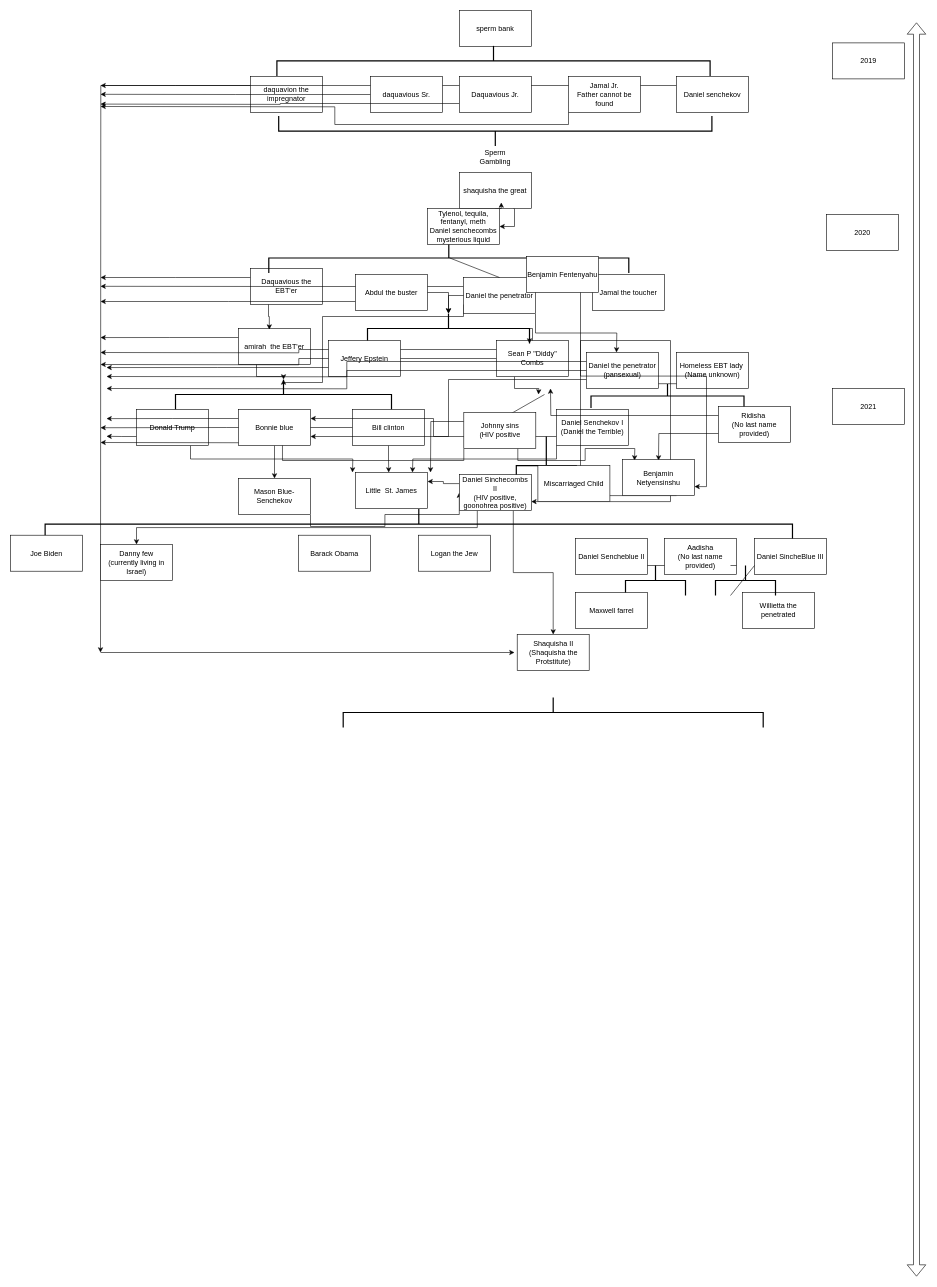
Before: shaquisha.drawio in omada15/drawio, a draw.io diagram. Source tidied: cells renumbered, new cells numbered last; positions are measured from the earlier drawing's top-left corner, leaving out a move shared by most shapes. Both pictures are drawn from the tidied source at 60%, with x=0, y=0 at pixel (10, -156).
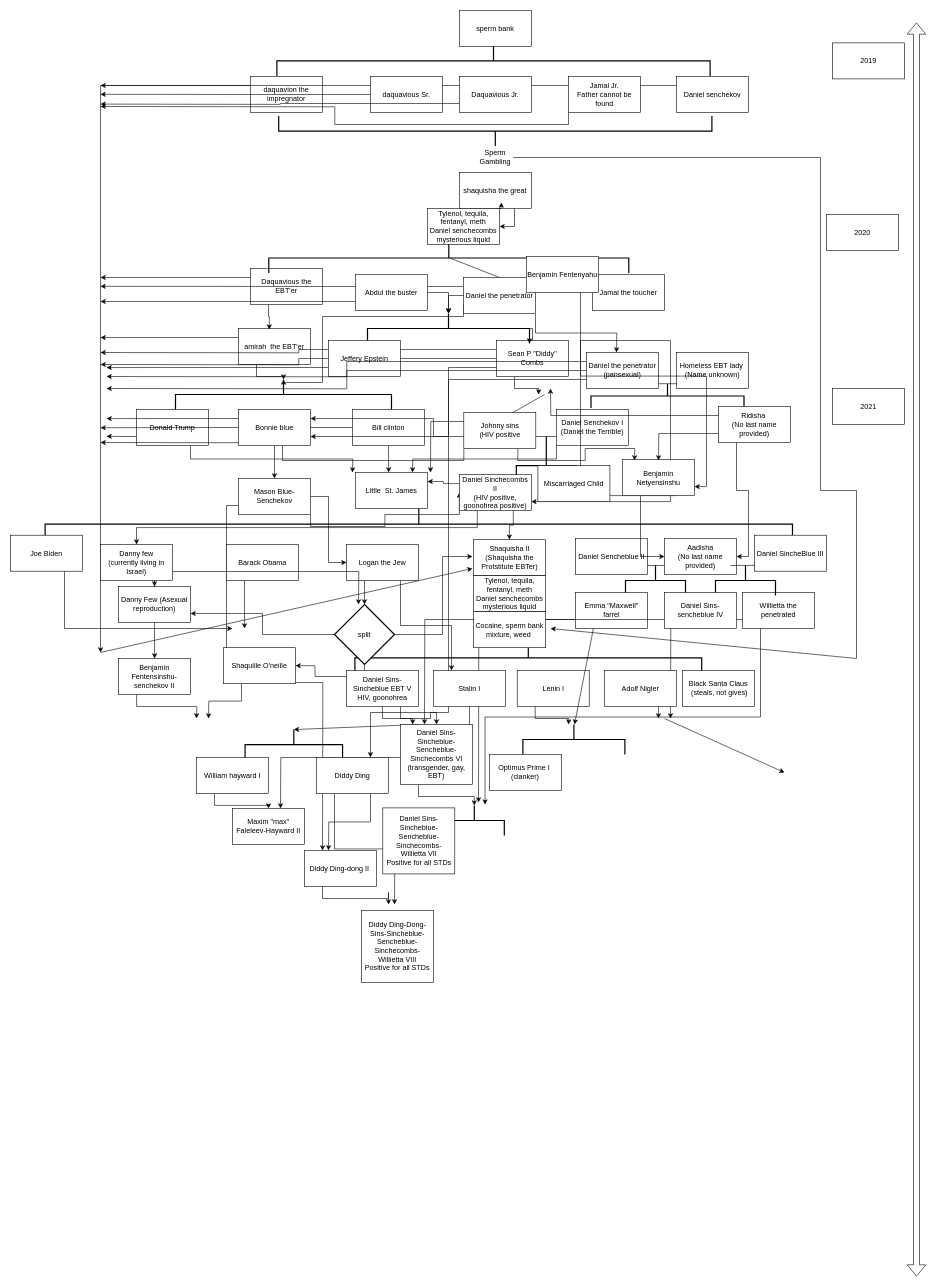
The same page after the edit.

Unchanged cells that the change refers to:
```xml
<mxCell id="7" value="Daniel senchekov" style="rounded=0;whiteSpace=wrap;html=1;" parent="1" vertex="1">
  <mxGeometry x="1110" y="387" width="120" height="60" as="geometry" />
</mxCell>
<mxCell id="18" value="Sperm Gambling" style="text;html=1;whiteSpace=wrap;strokeColor=none;fillColor=none;align=center;verticalAlign=middle;rounded=0;" parent="1" vertex="1">
  <mxGeometry x="778" y="507" width="60" height="30" as="geometry" />
</mxCell>
<mxCell id="36" value="Sean P &quot;Diddy&quot; Combs" style="rounded=0;whiteSpace=wrap;html=1;" parent="1" vertex="1">
  <mxGeometry x="810" y="827" width="120" height="60" as="geometry" />
</mxCell>
<mxCell id="63" value="Ridisha&amp;nbsp;&lt;div&gt;(No last name provided)&lt;/div&gt;" style="rounded=0;whiteSpace=wrap;html=1;" parent="1" vertex="1">
  <mxGeometry x="1180" y="937" width="120" height="60" as="geometry" />
</mxCell>
<mxCell id="73" value="Mason Blue-Senchekov" style="rounded=0;whiteSpace=wrap;html=1;" parent="1" vertex="1">
  <mxGeometry x="380" y="1057" width="120" height="60" as="geometry" />
</mxCell>
<mxCell id="94" value="Joe Biden" style="rounded=0;whiteSpace=wrap;html=1;" parent="1" vertex="1">
  <mxGeometry y="1151.5" width="120" height="60" as="geometry" />
</mxCell>
<mxCell id="97" value="Aadisha&lt;div&gt;(No last name provided)&lt;/div&gt;" style="rounded=0;whiteSpace=wrap;html=1;" parent="1" vertex="1">
  <mxGeometry x="1090" y="1157" width="120" height="60" as="geometry" />
</mxCell>
<mxCell id="99" value="Benjamin Netyensinshu" style="rounded=0;whiteSpace=wrap;html=1;" parent="1" vertex="1">
  <mxGeometry x="1020" y="1025.5" width="120" height="60" as="geometry" />
</mxCell>
<mxCell id="103" value="Willietta the penetrated" style="rounded=0;whiteSpace=wrap;html=1;" parent="1" vertex="1">
  <mxGeometry x="1220" y="1247" width="120" height="60" as="geometry" />
</mxCell>
<mxCell id="104" value="Danny few&lt;div&gt;(currently living in Israel)&lt;/div&gt;" style="rounded=0;whiteSpace=wrap;html=1;" parent="1" vertex="1">
  <mxGeometry x="150" y="1167" width="120" height="60" as="geometry" />
</mxCell>
<mxCell id="106" style="strokeWidth=2;html=1;shape=mxgraph.flowchart.annotation_2;align=left;labelPosition=right;rotation=90;" parent="1" vertex="1">
  <mxGeometry x="1200" y="1177" width="50" height="100" as="geometry" />
</mxCell>
```

Diff of the diagram source:
```diff
@@
     <mxCell id="6" style="edgeStyle=orthogonalEdgeStyle;rounded=0;jettySize=auto;html=1;exitX=0;exitY=0.25;exitDx=0;exitDy=0;" parent="1" edge="1" source="7">
       <mxGeometry relative="1" as="geometry">
         <mxPoint x="150" y="1347" as="targetPoint" />
+        <Array as="points">
+          <mxPoint x="150" y="402" />
+        </Array>
       </mxGeometry>
     </mxCell>
@@
+    <mxCell id="108" style="edgeStyle=orthogonalEdgeStyle;rounded=0;jettySize=auto;html=1;exitX=0;exitY=0.75;exitDx=0;exitDy=0;entryX=0.75;entryY=0;entryDx=0;entryDy=0;" parent="1" edge="1" source="36" target="154">
+      <mxGeometry relative="1" as="geometry">
+        <Array as="points">
+          <mxPoint x="730" y="872" />
+          <mxPoint x="730" y="1447" />
+          <mxPoint x="600" y="1447" />
+        </Array>
+      </mxGeometry>
+    </mxCell>
@@
+    <mxCell id="109" style="edgeStyle=orthogonalEdgeStyle;rounded=0;jettySize=auto;html=1;exitX=0.25;exitY=1;exitDx=0;exitDy=0;entryX=1;entryY=0.5;entryDx=0;entryDy=0;" parent="1" edge="1" source="63" target="97">
+      <mxGeometry relative="1" as="geometry" />
+    </mxCell>
@@
+    <mxCell id="110" style="edgeStyle=orthogonalEdgeStyle;rounded=0;jettySize=auto;html=1;exitX=1;exitY=0.5;exitDx=0;exitDy=0;entryX=0;entryY=0.5;entryDx=0;entryDy=0;" parent="1" edge="1" source="73" target="95">
+      <mxGeometry relative="1" as="geometry" />
+    </mxCell>
+    <mxCell id="111" style="edgeStyle=orthogonalEdgeStyle;rounded=0;jettySize=auto;html=1;exitX=0;exitY=0.75;exitDx=0;exitDy=0;" parent="1" edge="1" source="73">
+      <mxGeometry relative="1" as="geometry">
+        <mxPoint x="520" y="1677" as="targetPoint" />
+      </mxGeometry>
+    </mxCell>
@@
+    <mxCell id="112" style="edgeStyle=orthogonalEdgeStyle;rounded=0;jettySize=auto;html=1;exitX=0.25;exitY=1;exitDx=0;exitDy=0;" parent="1" edge="1" source="81">
+      <mxGeometry relative="1" as="geometry">
+        <mxPoint x="390" y="1307" as="targetPoint" />
+      </mxGeometry>
+    </mxCell>
     <mxCell id="81" value="Barack Obama" style="rounded=0;whiteSpace=wrap;html=1;" parent="1" vertex="1">
-      <mxGeometry x="480" y="1151.5" width="120" height="60" as="geometry" />
+      <mxGeometry x="360" y="1167" width="120" height="60" as="geometry" />
     </mxCell>
@@
-    <mxCell id="91" value="Shaquisha II&lt;div&gt;(Shaquisha the Protstitute)&lt;/div&gt;" style="rounded=0;whiteSpace=wrap;html=1;" parent="1" vertex="1">
-      <mxGeometry x="844.5" y="1317" width="120" height="60" as="geometry" />
+    <mxCell id="91" value="Shaquisha II&lt;div&gt;(Shaquisha the Protstitute EBTer)&lt;/div&gt;" style="rounded=0;whiteSpace=wrap;html=1;" parent="1" vertex="1">
+      <mxGeometry x="771.5" y="1159" width="120" height="60" as="geometry" />
     </mxCell>
-    <mxCell id="92" style="endArrow=classic;html=1;rounded=0;" parent="1" edge="1">
-      <mxGeometry relative="1" as="geometry">
-        <mxPoint x="150" y="1347" as="sourcePoint" />
-        <mxPoint x="840" y="1347" as="targetPoint" />
-      </mxGeometry>
-    </mxCell>
     <mxCell id="93" style="strokeWidth=2;html=1;shape=mxgraph.flowchart.annotation_2;align=left;labelPosition=right;rotation=90;" parent="1" vertex="1">
-      <mxGeometry x="879.5" y="1097" width="50" height="700" as="geometry" />
+      <mxGeometry x="838" y="1067" width="50" height="578" as="geometry" />
     </mxCell>
+    <mxCell id="113" style="edgeStyle=orthogonalEdgeStyle;rounded=0;jettySize=auto;html=1;exitX=0.75;exitY=1;exitDx=0;exitDy=0;" parent="1" edge="1" source="94">
+      <mxGeometry relative="1" as="geometry">
+        <mxPoint x="370" y="1307" as="targetPoint" />
+        <Array as="points">
+          <mxPoint x="90" y="1297" />
+          <mxPoint x="90" y="1297" />
+        </Array>
+      </mxGeometry>
+    </mxCell>
@@
+    <mxCell id="114" style="edgeStyle=orthogonalEdgeStyle;rounded=0;jettySize=auto;html=1;exitX=0.25;exitY=1;exitDx=0;exitDy=0;" parent="1" edge="1" source="95" target="132">
+      <mxGeometry relative="1" as="geometry" />
+    </mxCell>
+    <mxCell id="115" style="edgeStyle=orthogonalEdgeStyle;rounded=0;jettySize=auto;html=1;exitX=0.75;exitY=1;exitDx=0;exitDy=0;entryX=0.25;entryY=0;entryDx=0;entryDy=0;" parent="1" edge="1" source="95" target="141">
+      <mxGeometry relative="1" as="geometry" />
+    </mxCell>
     <mxCell id="95" value="Logan the Jew" style="rounded=0;whiteSpace=wrap;html=1;" parent="1" vertex="1">
-      <mxGeometry x="680" y="1151.5" width="120" height="60" as="geometry" />
+      <mxGeometry x="560" y="1167" width="120" height="60" as="geometry" />
     </mxCell>
     <mxCell id="96" value="Daniel SincheBlue III" style="rounded=0;whiteSpace=wrap;html=1;" parent="1" vertex="1">
-      <mxGeometry x="1240" y="1157" width="120" height="60" as="geometry" />
+      <mxGeometry x="1240" y="1151.5" width="120" height="60" as="geometry" />
     </mxCell>
@@
+    <mxCell id="116" style="edgeStyle=orthogonalEdgeStyle;rounded=0;jettySize=auto;html=1;exitX=0.25;exitY=1;exitDx=0;exitDy=0;entryX=0;entryY=0.5;entryDx=0;entryDy=0;" parent="1" edge="1" source="99" target="97">
+      <mxGeometry relative="1" as="geometry" />
+    </mxCell>
@@
-    <mxCell id="101" style="endArrow=none;html=1;rounded=0;entryX=0;entryY=0.75;entryDx=0;entryDy=0;exitX=1;exitY=0.75;exitDx=0;exitDy=0;" parent="1" edge="1" source="106" target="96">
-      <mxGeometry relative="1" as="geometry" />
+    <mxCell id="101" style="endArrow=none;html=1;rounded=0;entryX=0;entryY=0.75;entryDx=0;entryDy=0;exitX=1.002;exitY=0.659;exitDx=0;exitDy=0;exitPerimeter=0;" parent="1" edge="1">
+      <mxGeometry relative="1" as="geometry">
+        <mxPoint x="1210.2" y="1201.9" as="sourcePoint" />
+        <mxPoint x="1240" y="1201.8" as="targetPoint" />
+      </mxGeometry>
     </mxCell>
@@
+    <mxCell id="117" style="edgeStyle=orthogonalEdgeStyle;rounded=0;jettySize=auto;html=1;exitX=0;exitY=0.75;exitDx=0;exitDy=0;" parent="1" edge="1" source="103">
+      <mxGeometry relative="1" as="geometry">
+        <mxPoint x="1100" y="1457" as="targetPoint" />
+      </mxGeometry>
+    </mxCell>
@@
+    <mxCell id="118" style="edgeStyle=orthogonalEdgeStyle;rounded=0;jettySize=auto;html=1;exitX=0.75;exitY=1;exitDx=0;exitDy=0;" parent="1" edge="1" source="104" target="128">
+      <mxGeometry relative="1" as="geometry" />
+    </mxCell>
+    <mxCell id="119" style="edgeStyle=orthogonalEdgeStyle;rounded=0;jettySize=auto;html=1;exitX=1;exitY=0.75;exitDx=0;exitDy=0;" parent="1" edge="1" source="104">
+      <mxGeometry relative="1" as="geometry">
+        <mxPoint x="580" y="1267" as="targetPoint" />
+      </mxGeometry>
+    </mxCell>
@@
+    <mxCell id="120" style="edgeStyle=orthogonalEdgeStyle;rounded=0;jettySize=auto;html=1;exitX=0;exitY=0.75;exitDx=0;exitDy=0;" parent="1" edge="1" source="107">
+      <mxGeometry relative="1" as="geometry">
+        <mxPoint x="780" y="1597" as="targetPoint" />
+      </mxGeometry>
+    </mxCell>
-    <mxCell id="107" value="Maxwell farrel" style="rounded=0;whiteSpace=wrap;html=1;" parent="1" vertex="1">
+    <mxCell id="107" value="Emma &quot;Maxwell&quot; farrel" style="rounded=0;whiteSpace=wrap;html=1;" parent="1" vertex="1">
       <mxGeometry x="941.5" y="1247" width="120" height="60" as="geometry" />
     </mxCell>
+    <mxCell id="121" style="edgeStyle=orthogonalEdgeStyle;rounded=0;jettySize=auto;html=1;exitX=0;exitY=0.75;exitDx=0;exitDy=0;" parent="1" edge="1" source="122">
+      <mxGeometry relative="1" as="geometry">
+        <mxPoint x="690" y="1467" as="targetPoint" />
+      </mxGeometry>
+    </mxCell>
+    <mxCell id="122" value="Daniel Sins-sencheblue IV" style="rounded=0;whiteSpace=wrap;html=1;" parent="1" vertex="1">
+      <mxGeometry x="1090" y="1247" width="120" height="60" as="geometry" />
+    </mxCell>
+    <mxCell id="123" value="Tylenol, tequila, fentanyl, meth&lt;div&gt;Daniel senchecombs mysterious liquid&lt;/div&gt;" style="rounded=0;whiteSpace=wrap;html=1;" parent="1" vertex="1">
+      <mxGeometry x="772" y="1219" width="120" height="60" as="geometry" />
+    </mxCell>
+    <mxCell id="124" value="Cocaine, sperm bank mixture, weed&amp;nbsp;" style="rounded=0;whiteSpace=wrap;html=1;" parent="1" vertex="1">
+      <mxGeometry x="772" y="1279" width="120" height="60" as="geometry" />
+    </mxCell>
+    <mxCell id="125" style="endArrow=classic;html=1;rounded=0;exitX=1;exitY=0.5;exitDx=0;exitDy=0;" parent="1" edge="1" source="18">
+      <mxGeometry relative="1" as="geometry">
+        <mxPoint x="900" y="1307" as="targetPoint" />
+        <Array as="points">
+          <mxPoint x="1350" y="522" />
+          <mxPoint x="1350" y="1077" />
+          <mxPoint x="1410" y="1077" />
+          <mxPoint x="1410" y="1357" />
+        </Array>
+      </mxGeometry>
+    </mxCell>
+    <mxCell id="126" style="endArrow=classic;html=1;rounded=0;" parent="1" edge="1">
+      <mxGeometry relative="1" as="geometry">
+        <mxPoint x="150" y="1347" as="sourcePoint" />
+        <mxPoint x="770" y="1207" as="targetPoint" />
+      </mxGeometry>
+    </mxCell>
+    <mxCell id="127" style="edgeStyle=orthogonalEdgeStyle;rounded=0;jettySize=auto;html=1;exitX=0.5;exitY=1;exitDx=0;exitDy=0;" parent="1" edge="1" source="128" target="134">
+      <mxGeometry relative="1" as="geometry" />
+    </mxCell>
+    <mxCell id="128" value="Danny Few (Asexual reproduction)" style="rounded=0;whiteSpace=wrap;html=1;" parent="1" vertex="1">
+      <mxGeometry x="180" y="1237" width="120" height="60" as="geometry" />
+    </mxCell>
+    <mxCell id="129" style="edgeStyle=orthogonalEdgeStyle;rounded=0;jettySize=auto;html=1;exitX=0;exitY=0.5;exitDx=0;exitDy=0;exitPerimeter=0;entryX=1;entryY=0.75;entryDx=0;entryDy=0;" parent="1" edge="1" source="132" target="128">
+      <mxGeometry relative="1" as="geometry" />
+    </mxCell>
+    <mxCell id="130" style="edgeStyle=orthogonalEdgeStyle;rounded=0;jettySize=auto;html=1;exitX=0.5;exitY=1;exitDx=0;exitDy=0;exitPerimeter=0;" parent="1" edge="1" source="132" target="136">
+      <mxGeometry relative="1" as="geometry" />
+    </mxCell>
+    <mxCell id="131" style="edgeStyle=orthogonalEdgeStyle;rounded=0;jettySize=auto;html=1;exitX=1;exitY=0.5;exitDx=0;exitDy=0;exitPerimeter=0;" parent="1" edge="1" source="132">
+      <mxGeometry relative="1" as="geometry">
+        <mxPoint x="770" y="1187" as="targetPoint" />
+        <Array as="points">
+          <mxPoint x="720" y="1317" />
+          <mxPoint x="720" y="1187" />
+        </Array>
+      </mxGeometry>
+    </mxCell>
+    <mxCell id="132" value="split" style="strokeWidth=2;html=1;shape=mxgraph.flowchart.decision;whiteSpace=wrap;" parent="1" vertex="1">
+      <mxGeometry x="540" y="1267" width="100" height="100" as="geometry" />
+    </mxCell>
+    <mxCell id="133" style="edgeStyle=orthogonalEdgeStyle;rounded=0;jettySize=auto;html=1;exitX=0.25;exitY=1;exitDx=0;exitDy=0;" parent="1" edge="1" source="134">
+      <mxGeometry relative="1" as="geometry">
+        <mxPoint x="310" y="1457" as="targetPoint" />
+      </mxGeometry>
+    </mxCell>
+    <mxCell id="134" value="Benjamin Fentensinshu-senchekov II" style="rounded=0;whiteSpace=wrap;html=1;" parent="1" vertex="1">
+      <mxGeometry x="180.2" y="1357" width="120" height="60" as="geometry" />
+    </mxCell>
+    <mxCell id="135" style="edgeStyle=orthogonalEdgeStyle;rounded=0;jettySize=auto;html=1;exitX=0.25;exitY=1;exitDx=0;exitDy=0;" parent="1" edge="1" source="136">
+      <mxGeometry relative="1" as="geometry">
+        <mxPoint x="330" y="1457" as="targetPoint" />
+      </mxGeometry>
+    </mxCell>
+    <mxCell id="136" value="Shaquille O'neille" style="rounded=0;whiteSpace=wrap;html=1;" parent="1" vertex="1">
+      <mxGeometry x="355" y="1339" width="120" height="60" as="geometry" />
+    </mxCell>
+    <mxCell id="137" style="edgeStyle=orthogonalEdgeStyle;rounded=0;jettySize=auto;html=1;exitX=0.5;exitY=1;exitDx=0;exitDy=0;" parent="1" edge="1" source="139">
+      <mxGeometry relative="1" as="geometry">
+        <mxPoint x="670" y="1467" as="targetPoint" />
+      </mxGeometry>
+    </mxCell>
+    <mxCell id="138" style="edgeStyle=orthogonalEdgeStyle;rounded=0;jettySize=auto;html=1;exitX=0.75;exitY=1;exitDx=0;exitDy=0;" parent="1" edge="1" source="139" target="157">
+      <mxGeometry relative="1" as="geometry" />
+    </mxCell>
+    <mxCell id="139" value="Daniel Sins-Sincheblue EBT V&lt;div&gt;HIV, goonohrea&lt;/div&gt;" style="rounded=0;whiteSpace=wrap;html=1;" parent="1" vertex="1">
+      <mxGeometry x="560" y="1377" width="120" height="60" as="geometry" />
+    </mxCell>
+    <mxCell id="140" style="edgeStyle=orthogonalEdgeStyle;rounded=0;jettySize=auto;html=1;exitX=0.5;exitY=1;exitDx=0;exitDy=0;" parent="1" edge="1" source="141">
+      <mxGeometry relative="1" as="geometry">
+        <mxPoint x="450" y="1607" as="targetPoint" />
+      </mxGeometry>
+    </mxCell>
+    <mxCell id="141" value="Stalin I" style="rounded=0;whiteSpace=wrap;html=1;" parent="1" vertex="1">
+      <mxGeometry x="705" y="1377" width="120" height="60" as="geometry" />
+    </mxCell>
+    <mxCell id="142" style="edgeStyle=orthogonalEdgeStyle;rounded=0;jettySize=auto;html=1;exitX=0.25;exitY=1;exitDx=0;exitDy=0;" parent="1" edge="1" source="143">
+      <mxGeometry relative="1" as="geometry">
+        <mxPoint x="930" y="1467" as="targetPoint" />
+      </mxGeometry>
+    </mxCell>
+    <mxCell id="143" value="Lenin I" style="rounded=0;whiteSpace=wrap;html=1;" parent="1" vertex="1">
+      <mxGeometry x="844.5" y="1377" width="120" height="60" as="geometry" />
+    </mxCell>
+    <mxCell id="144" style="edgeStyle=orthogonalEdgeStyle;rounded=0;jettySize=auto;html=1;exitX=0.75;exitY=1;exitDx=0;exitDy=0;" parent="1" edge="1" source="145">
+      <mxGeometry relative="1" as="geometry">
+        <mxPoint x="1079.9" y="1457" as="targetPoint" />
+      </mxGeometry>
+    </mxCell>
+    <mxCell id="145" value="Adolf Nigler" style="rounded=0;whiteSpace=wrap;html=1;" parent="1" vertex="1">
+      <mxGeometry x="990" y="1377" width="120" height="60" as="geometry" />
+    </mxCell>
+    <mxCell id="146" value="Black Santa Claus&lt;div&gt;&amp;nbsp;(steals, not gives)&lt;/div&gt;" style="rounded=0;whiteSpace=wrap;html=1;" parent="1" vertex="1">
+      <mxGeometry x="1120" y="1377" width="120" height="60" as="geometry" />
+    </mxCell>
+    <mxCell id="147" style="endArrow=classic;html=1;rounded=0;exitX=0.25;exitY=1;exitDx=0;exitDy=0;" parent="1" edge="1" source="107">
+      <mxGeometry relative="1" as="geometry">
+        <mxPoint x="940" y="1467" as="targetPoint" />
+      </mxGeometry>
+    </mxCell>
+    <mxCell id="148" style="strokeWidth=2;html=1;shape=mxgraph.flowchart.annotation_2;align=left;labelPosition=right;rotation=90;" parent="1" vertex="1">
+      <mxGeometry x="447.2" y="1419.2" width="50" height="162.5" as="geometry" />
+    </mxCell>
+    <mxCell id="149" style="endArrow=classic;html=1;rounded=0;entryX=0;entryY=0.5;entryDx=0;entryDy=0;entryPerimeter=0;" parent="1" edge="1" target="148">
+      <mxGeometry relative="1" as="geometry">
+        <mxPoint x="680" y="1467" as="sourcePoint" />
+      </mxGeometry>
+    </mxCell>
+    <mxCell id="150" style="edgeStyle=orthogonalEdgeStyle;rounded=0;jettySize=auto;html=1;exitX=0.25;exitY=1;exitDx=0;exitDy=0;" parent="1" edge="1" source="151" target="155">
+      <mxGeometry relative="1" as="geometry" />
+    </mxCell>
+    <mxCell id="151" value="William hayward I" style="rounded=0;whiteSpace=wrap;html=1;" parent="1" vertex="1">
+      <mxGeometry x="310" y="1521.8" width="120" height="60" as="geometry" />
+    </mxCell>
+    <mxCell id="152" style="edgeStyle=orthogonalEdgeStyle;rounded=0;jettySize=auto;html=1;exitX=0.25;exitY=1;exitDx=0;exitDy=0;" parent="1" edge="1" source="154">
+      <mxGeometry relative="1" as="geometry">
+        <mxPoint x="640" y="1767" as="targetPoint" />
+      </mxGeometry>
+    </mxCell>
+    <mxCell id="153" style="edgeStyle=orthogonalEdgeStyle;rounded=0;jettySize=auto;html=1;exitX=0.75;exitY=1;exitDx=0;exitDy=0;" parent="1" edge="1" source="154">
+      <mxGeometry relative="1" as="geometry">
+        <mxPoint x="530" y="1677" as="targetPoint" />
+      </mxGeometry>
+    </mxCell>
+    <mxCell id="154" value="Diddy Ding" style="rounded=0;whiteSpace=wrap;html=1;" parent="1" vertex="1">
+      <mxGeometry x="510" y="1521.8" width="120" height="60" as="geometry" />
+    </mxCell>
+    <mxCell id="155" value="Maxim &quot;max&quot; Faleleev-Hayward II" style="rounded=0;whiteSpace=wrap;html=1;" parent="1" vertex="1">
+      <mxGeometry x="370" y="1607" width="120" height="60" as="geometry" />
+    </mxCell>
+    <mxCell id="156" style="edgeStyle=orthogonalEdgeStyle;rounded=0;jettySize=auto;html=1;exitX=0.25;exitY=1;exitDx=0;exitDy=0;" parent="1" edge="1" source="157" target="158">
+      <mxGeometry relative="1" as="geometry" />
+    </mxCell>
+    <mxCell id="157" value="Daniel Sins-Sincheblue-Sencheblue-Sinchecombs VI&lt;div&gt;(transgender, gay, EBT)&lt;/div&gt;" style="rounded=0;whiteSpace=wrap;html=1;" parent="1" vertex="1">
+      <mxGeometry x="650" y="1467" width="120" height="100" as="geometry" />
+    </mxCell>
+    <mxCell id="158" style="strokeWidth=2;html=1;shape=mxgraph.flowchart.annotation_2;align=left;labelPosition=right;rotation=90;" parent="1" vertex="1">
+      <mxGeometry x="748" y="1577" width="50" height="100" as="geometry" />
+    </mxCell>
+    <mxCell id="159" style="endArrow=classic;html=1;rounded=0;" parent="1" edge="1">
+      <mxGeometry relative="1" as="geometry">
+        <mxPoint x="1090" y="1457" as="sourcePoint" />
+        <mxPoint x="1290" y="1547" as="targetPoint" />
+      </mxGeometry>
+    </mxCell>
+    <mxCell id="160" style="edgeStyle=orthogonalEdgeStyle;rounded=0;jettySize=auto;html=1;exitX=0.25;exitY=1;exitDx=0;exitDy=0;entryX=-0.031;entryY=0.321;entryDx=0;entryDy=0;entryPerimeter=0;" parent="1" edge="1" source="103" target="158">
+      <mxGeometry relative="1" as="geometry" />
+    </mxCell>
+    <mxCell id="161" value="Daniel Sins-Sincheblue-Sencheblue-Sinchecombs-Willietta VII&lt;div&gt;Positive for all STDs&lt;/div&gt;" style="rounded=0;whiteSpace=wrap;html=1;" parent="1" vertex="1">
+      <mxGeometry x="620.5" y="1606" width="120" height="110" as="geometry" />
+    </mxCell>
+    <mxCell id="162" style="edgeStyle=orthogonalEdgeStyle;rounded=0;jettySize=auto;html=1;exitX=0.25;exitY=1;exitDx=0;exitDy=0;" parent="1" edge="1" source="163">
+      <mxGeometry relative="1" as="geometry">
+        <mxPoint x="630" y="1767" as="targetPoint" />
+      </mxGeometry>
+    </mxCell>
+    <mxCell id="163" value="Diddy Ding-dong II&amp;nbsp;" style="rounded=0;whiteSpace=wrap;html=1;" parent="1" vertex="1">
+      <mxGeometry x="490" y="1677" width="120" height="60" as="geometry" />
+    </mxCell>
+    <mxCell id="164" value="Diddy Ding-Dong- Sins-Sincheblue-Sencheblue-Sinchecombs-Willietta VIII&lt;div&gt;Positive for all STDs&lt;/div&gt;" style="rounded=0;whiteSpace=wrap;html=1;" parent="1" vertex="1">
+      <mxGeometry x="585" y="1777" width="120" height="120" as="geometry" />
+    </mxCell>
+    <mxCell id="165" style="strokeWidth=2;html=1;shape=mxgraph.flowchart.annotation_2;align=left;labelPosition=right;rotation=90;" parent="1" vertex="1">
+      <mxGeometry x="914" y="1407" width="50" height="170" as="geometry" />
+    </mxCell>
+    <mxCell id="166" value="Optimus Prime I&amp;nbsp;&lt;br&gt;(clanker)" style="rounded=0;whiteSpace=wrap;html=1;" parent="1" vertex="1">
+      <mxGeometry x="798" y="1517" width="120" height="60" as="geometry" />
+    </mxCell>
```
